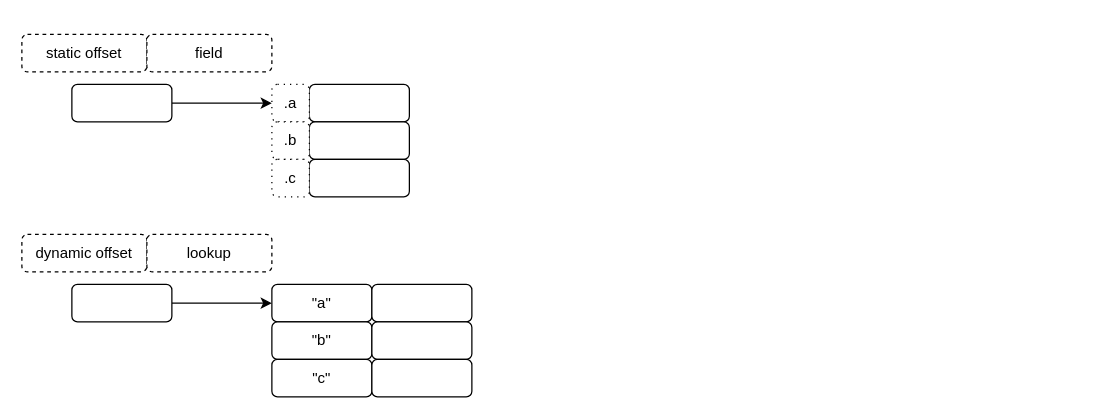
Earlier version of the draw.io diagram page "fields" (1 of 3) of scratch.drawio (guitarvydas/rt). Source tidied: cells renumbered, new cells numbered last; positions are measured from the earlier drawing's top-left corner, leaving out a move shared by most shapes. Both pictures are drawn from the tidied source at 125%, with x=0, y=0 at pixel (21, 34).
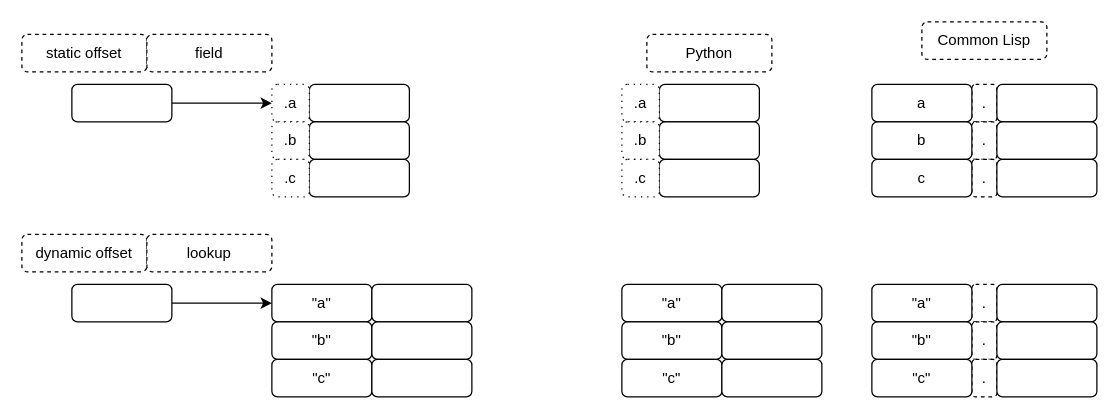
The same page after the edit.

Diff of the diagram source:
```diff
@@
+    <mxCell id="22" style="rounded=1;whiteSpace=wrap;html=1;" parent="1" vertex="1">
+      <mxGeometry x="510" y="40" width="80" height="30" as="geometry" />
+    </mxCell>
+    <mxCell id="23" style="rounded=1;whiteSpace=wrap;html=1;" parent="1" vertex="1">
+      <mxGeometry x="510" y="70" width="80" height="30" as="geometry" />
+    </mxCell>
+    <mxCell id="24" style="rounded=1;whiteSpace=wrap;html=1;" parent="1" vertex="1">
+      <mxGeometry x="510" y="100" width="80" height="30" as="geometry" />
+    </mxCell>
+    <mxCell id="25" value=".a" style="rounded=1;whiteSpace=wrap;html=1;dashed=1;dashPattern=1 4;" parent="1" vertex="1">
+      <mxGeometry x="480" y="40" width="30" height="30" as="geometry" />
+    </mxCell>
+    <mxCell id="26" value=".b" style="rounded=1;whiteSpace=wrap;html=1;dashed=1;dashPattern=1 4;" parent="1" vertex="1">
+      <mxGeometry x="480" y="70" width="30" height="30" as="geometry" />
+    </mxCell>
+    <mxCell id="27" value=".c" style="rounded=1;whiteSpace=wrap;html=1;dashed=1;dashPattern=1 4;" parent="1" vertex="1">
+      <mxGeometry x="480" y="100" width="30" height="30" as="geometry" />
+    </mxCell>
+    <mxCell id="28" value="." style="rounded=1;whiteSpace=wrap;html=1;dashed=1;" parent="1" vertex="1">
+      <mxGeometry x="760" y="40" width="20" height="30" as="geometry" />
+    </mxCell>
+    <mxCell id="29" value="." style="rounded=1;whiteSpace=wrap;html=1;dashed=1;" parent="1" vertex="1">
+      <mxGeometry x="760" y="70" width="20" height="30" as="geometry" />
+    </mxCell>
+    <mxCell id="30" value="." style="rounded=1;whiteSpace=wrap;html=1;dashed=1;" parent="1" vertex="1">
+      <mxGeometry x="760" y="100" width="20" height="30" as="geometry" />
+    </mxCell>
+    <mxCell id="31" value="a" style="rounded=1;whiteSpace=wrap;html=1;" parent="1" vertex="1">
+      <mxGeometry x="680" y="40" width="80" height="30" as="geometry" />
+    </mxCell>
+    <mxCell id="32" value="b" style="rounded=1;whiteSpace=wrap;html=1;" parent="1" vertex="1">
+      <mxGeometry x="680" y="70" width="80" height="30" as="geometry" />
+    </mxCell>
+    <mxCell id="33" value="c" style="rounded=1;whiteSpace=wrap;html=1;" parent="1" vertex="1">
+      <mxGeometry x="680" y="100" width="80" height="30" as="geometry" />
+    </mxCell>
+    <mxCell id="34" value="Python" style="rounded=1;whiteSpace=wrap;html=1;dashed=1;" parent="1" vertex="1">
+      <mxGeometry x="500" width="100" height="30" as="geometry" />
+    </mxCell>
+    <mxCell id="35" value="Common Lisp" style="rounded=1;whiteSpace=wrap;html=1;dashed=1;" parent="1" vertex="1">
+      <mxGeometry x="720" y="-10" width="100" height="30" as="geometry" />
+    </mxCell>
+    <mxCell id="36" style="rounded=1;whiteSpace=wrap;html=1;" parent="1" vertex="1">
+      <mxGeometry x="780" y="40" width="80" height="30" as="geometry" />
+    </mxCell>
+    <mxCell id="37" style="rounded=1;whiteSpace=wrap;html=1;" parent="1" vertex="1">
+      <mxGeometry x="780" y="70" width="80" height="30" as="geometry" />
+    </mxCell>
+    <mxCell id="38" style="rounded=1;whiteSpace=wrap;html=1;" parent="1" vertex="1">
+      <mxGeometry x="780" y="100" width="80" height="30" as="geometry" />
+    </mxCell>
+    <mxCell id="39" value="&quot;a&quot;" style="rounded=1;whiteSpace=wrap;html=1;" parent="1" vertex="1">
+      <mxGeometry x="480" y="200" width="80" height="30" as="geometry" />
+    </mxCell>
+    <mxCell id="40" value="&quot;b&quot;" style="rounded=1;whiteSpace=wrap;html=1;" parent="1" vertex="1">
+      <mxGeometry x="480" y="230" width="80" height="30" as="geometry" />
+    </mxCell>
+    <mxCell id="41" value="&quot;c&quot;" style="rounded=1;whiteSpace=wrap;html=1;" parent="1" vertex="1">
+      <mxGeometry x="480" y="260" width="80" height="30" as="geometry" />
+    </mxCell>
+    <mxCell id="42" style="rounded=1;whiteSpace=wrap;html=1;" parent="1" vertex="1">
+      <mxGeometry x="560" y="200" width="80" height="30" as="geometry" />
+    </mxCell>
+    <mxCell id="43" style="rounded=1;whiteSpace=wrap;html=1;" parent="1" vertex="1">
+      <mxGeometry x="560" y="230" width="80" height="30" as="geometry" />
+    </mxCell>
+    <mxCell id="44" style="rounded=1;whiteSpace=wrap;html=1;" parent="1" vertex="1">
+      <mxGeometry x="560" y="260" width="80" height="30" as="geometry" />
+    </mxCell>
+    <mxCell id="45" value="." style="rounded=1;whiteSpace=wrap;html=1;dashed=1;" parent="1" vertex="1">
+      <mxGeometry x="760" y="200" width="20" height="30" as="geometry" />
+    </mxCell>
+    <mxCell id="46" value="." style="rounded=1;whiteSpace=wrap;html=1;dashed=1;" parent="1" vertex="1">
+      <mxGeometry x="760" y="230" width="20" height="30" as="geometry" />
+    </mxCell>
+    <mxCell id="47" value="." style="rounded=1;whiteSpace=wrap;html=1;dashed=1;" parent="1" vertex="1">
+      <mxGeometry x="760" y="260" width="20" height="30" as="geometry" />
+    </mxCell>
+    <mxCell id="48" value="&quot;a&quot;" style="rounded=1;whiteSpace=wrap;html=1;" parent="1" vertex="1">
+      <mxGeometry x="680" y="200" width="80" height="30" as="geometry" />
+    </mxCell>
+    <mxCell id="49" value="&quot;b&quot;" style="rounded=1;whiteSpace=wrap;html=1;" parent="1" vertex="1">
+      <mxGeometry x="680" y="230" width="80" height="30" as="geometry" />
+    </mxCell>
+    <mxCell id="50" value="&quot;c&quot;" style="rounded=1;whiteSpace=wrap;html=1;" parent="1" vertex="1">
+      <mxGeometry x="680" y="260" width="80" height="30" as="geometry" />
+    </mxCell>
+    <mxCell id="51" style="rounded=1;whiteSpace=wrap;html=1;" parent="1" vertex="1">
+      <mxGeometry x="780" y="200" width="80" height="30" as="geometry" />
+    </mxCell>
+    <mxCell id="52" style="rounded=1;whiteSpace=wrap;html=1;" parent="1" vertex="1">
+      <mxGeometry x="780" y="230" width="80" height="30" as="geometry" />
+    </mxCell>
+    <mxCell id="53" style="rounded=1;whiteSpace=wrap;html=1;" parent="1" vertex="1">
+      <mxGeometry x="780" y="260" width="80" height="30" as="geometry" />
+    </mxCell>
```
